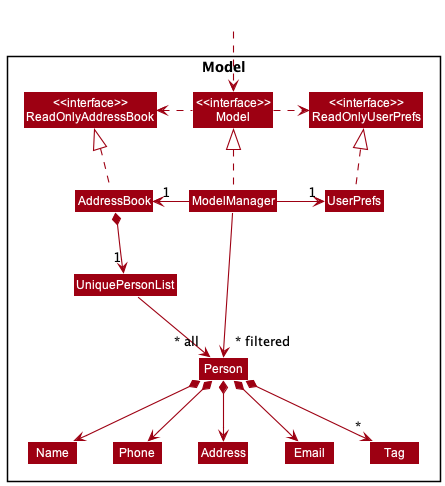
This is docs/images/diagrams/ModelClassDiagram.png from nus-cs2103-AY2223S2/tp, a PlantUML export, as it was before one commit.
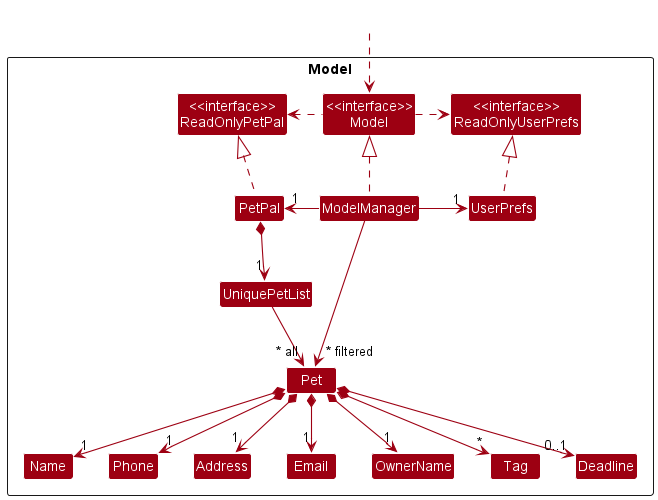
After the commit.

Commit message:
Fixed PPP bug as well as DG diagrams

What changed in the source:
```diff
@@ -5,46 +5,50 @@
 skinparam classBackgroundColor MODEL_COLOR
 
 Package Model <<Rectangle>>{
-Class "<<interface>>\nReadOnlyAddressBook" as ReadOnlyAddressBook
+Class "<<interface>>\nReadOnlyPetPal" as ReadOnlyPetPal
 Class "<<interface>>\nReadOnlyUserPrefs" as ReadOnlyUserPrefs
 Class "<<interface>>\nModel" as Model
-Class AddressBook
+Class PetPal
 Class ModelManager
 Class UserPrefs
 
-Class UniquePersonList
-Class Person
+Class UniquePetList
+Class Pet
+Class OwnerName
 Class Address
 Class Email
 Class Name
 Class Phone
 Class Tag
+Class Deadline
 
 }
 
 Class HiddenOutside #FFFFFF
 HiddenOutside ..> Model
 
-AddressBook .up.|> ReadOnlyAddressBook
+PetPal .up.|> ReadOnlyPetPal
 
 ModelManager .up.|> Model
 Model .right.> ReadOnlyUserPrefs
-Model .left.> ReadOnlyAddressBook
-ModelManager -left-> "1" AddressBook
+Model .left.> ReadOnlyPetPal
+ModelManager -left-> "1" PetPal
 ModelManager -right-> "1" UserPrefs
 UserPrefs .up.|> ReadOnlyUserPrefs
 
-AddressBook *--> "1" UniquePersonList
-UniquePersonList --> "~* all" Person
-Person *--> Name
-Person *--> Phone
-Person *--> Email
-Person *--> Address
-Person *--> "*" Tag
+PetPal *--> "1" UniquePetList
+UniquePetList --> "~* all" Pet
+Pet *--> "1"OwnerName
+Pet *--> "1"Name
+Pet *--> "1"Phone
+Pet *--> "1"Email
+Pet *--> "1"Address
+Pet *--> "*" Tag
+Pet *--> "0..1"Deadline
 
 Name -[hidden]right-> Phone
 Phone -[hidden]right-> Address
 Address -[hidden]right-> Email
 
-ModelManager -->"~* filtered" Person
+ModelManager -->"~* filtered" Pet
 @enduml
```
